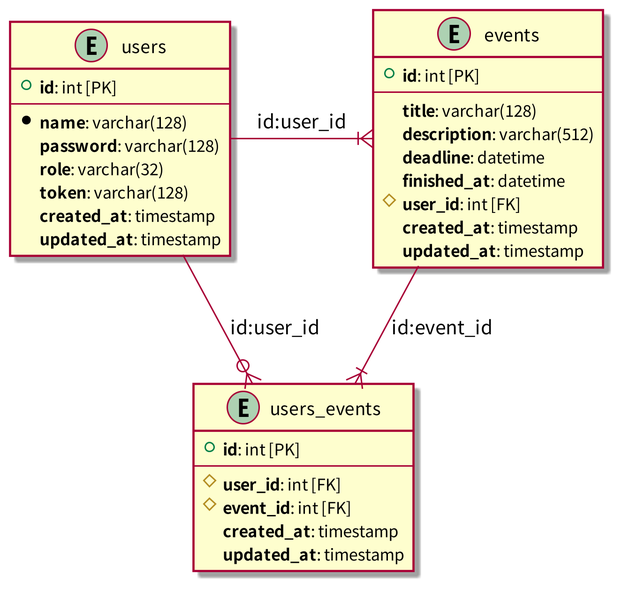
Before: docs/plantuml/out/er/er.png, a diagram exported from PlantUML (ITK13201/TodoManagerProject).
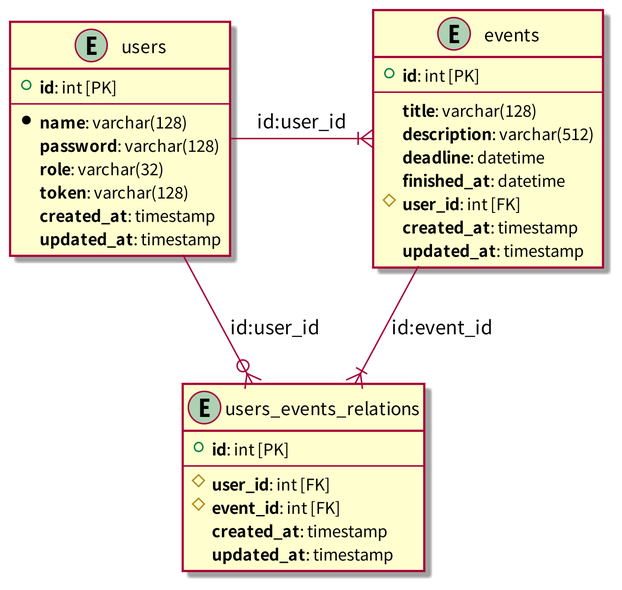
The same diagram one commit later.

Change to the diagram source:
```diff
@@ -25,7 +25,7 @@
     **updated_at**: timestamp
 }
 
-entity "users_events" as users_events {
+entity "users_events_relations" as users_events_relations {
     + **id**: int [PK]
     --
     # **user_id**: int [FK]
@@ -35,7 +35,7 @@
 }
 
 users -|{ events: id:user_id
-users -ri-o{ users_events: id:user_id
-events -do-|{ users_events: id:event_id
+users -ri-o{ users_events_relations: id:user_id
+events -do-|{ users_events_relations: id:event_id
 
 @enduml
```
